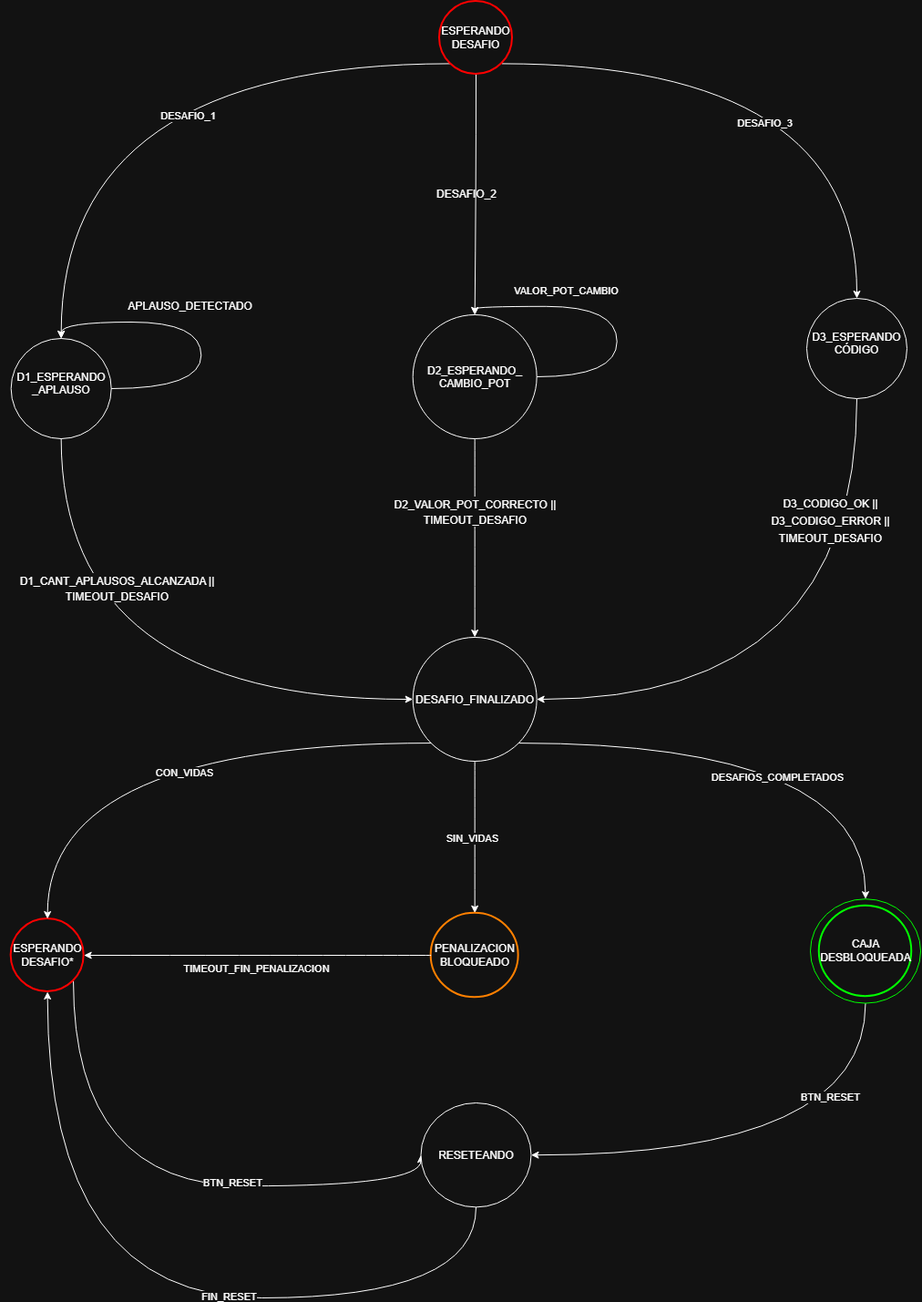
This is Informes/FSM.png from UNLAM-SOA/2026-SOA-Q2-L2, a draw.io export, as it was before one commit. Source tidied: cells renumbered, new cells last; positions are measured from the earlier drawing's top-left corner, leaving out a move shared by most shapes.
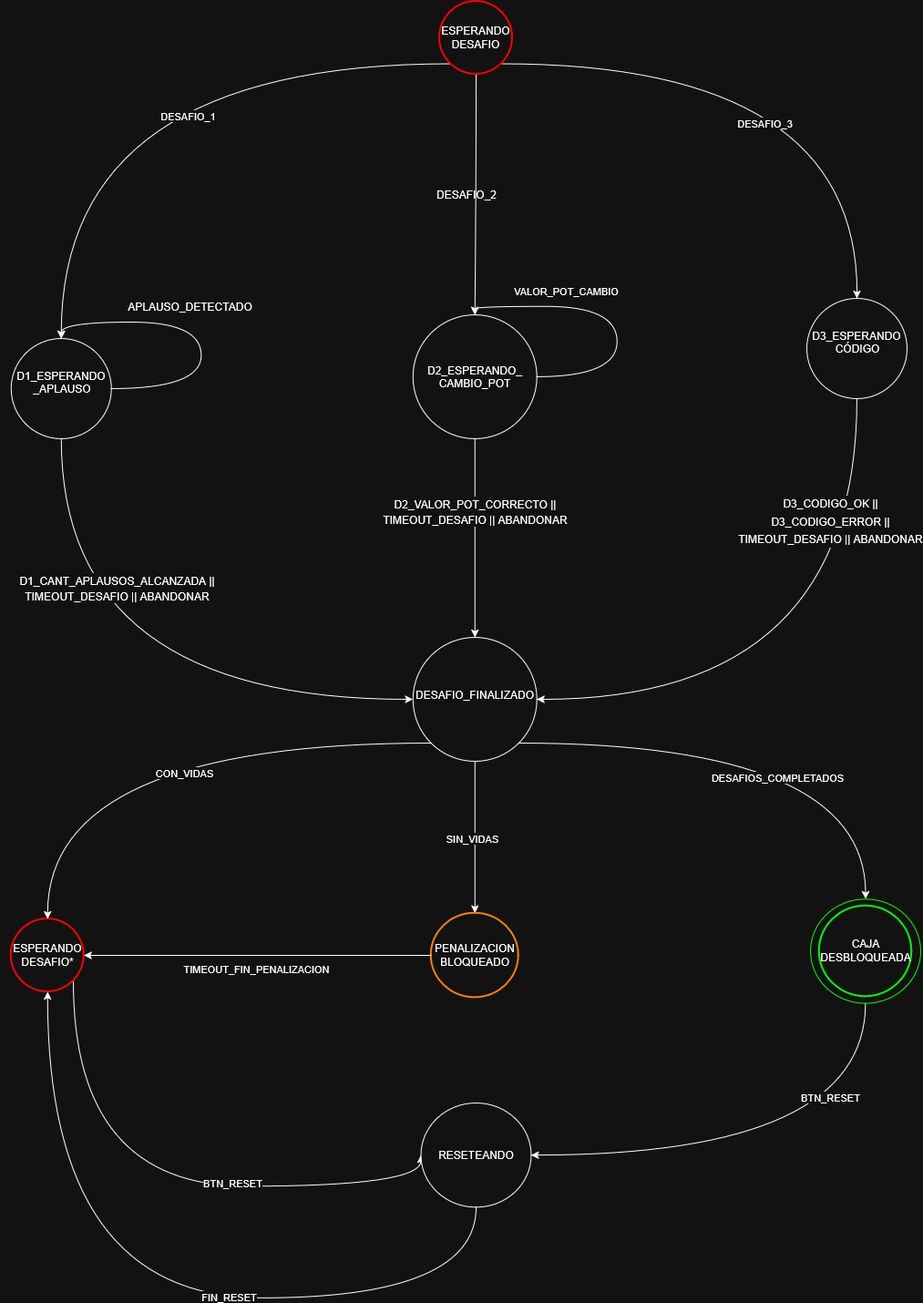
Above is the later version.

Change to the diagram source:
```diff
@@ -32,7 +32,7 @@
     <mxCell id="10" style="edgeStyle=orthogonalEdgeStyle;rounded=0;jettySize=auto;html=1;exitX=0.5;exitY=1;exitDx=0;exitDy=0;entryX=0.5;entryY=0;entryDx=0;entryDy=0;curved=1;" parent="1" edge="1" source="12" target="23">
       <mxGeometry relative="1" as="geometry" />
     </mxCell>
-    <mxCell id="11" value="&lt;div style=&quot;line-height: 160%;&quot;&gt;D2_VALOR_POT_CORRECTO ||&lt;/div&gt;&lt;div&gt;TIMEOUT_DESAFIO&lt;/div&gt;" style="edgeLabel;html=1;align=center;verticalAlign=middle;fontSize=12;" parent="10" vertex="1">
+    <mxCell id="11" value="&lt;div style=&quot;line-height: 160%;&quot;&gt;D2_VALOR_POT_CORRECTO ||&lt;/div&gt;&lt;div&gt;TIMEOUT_DESAFIO || ABANDONAR&lt;/div&gt;" style="edgeLabel;html=1;align=center;verticalAlign=middle;fontSize=12;" parent="10" vertex="1">
       <mxGeometry x="-0.15" y="2" relative="1" as="geometry">
         <mxPoint x="-2" y="-14" as="offset" />
       </mxGeometry>
@@ -58,7 +58,7 @@
     <mxCell id="15" style="edgeStyle=orthogonalEdgeStyle;curved=1;rounded=0;jettySize=auto;html=1;exitX=0.5;exitY=1;exitDx=0;exitDy=0;entryX=1;entryY=0.5;entryDx=0;entryDy=0;" parent="1" edge="1" source="17" target="23">
       <mxGeometry relative="1" as="geometry" />
     </mxCell>
-    <mxCell id="16" value="&lt;div style=&quot;line-height: 160%;&quot;&gt;&lt;div&gt;D3_CODIGO_OK ||&lt;/div&gt;&lt;div&gt;D3_CODIGO_ERROR ||&lt;br&gt;&lt;/div&gt;&lt;div&gt;TIMEOUT_DESAFIO&lt;/div&gt;&lt;/div&gt;" style="edgeLabel;html=1;align=center;verticalAlign=middle;fontSize=12;" parent="15" vertex="1">
+    <mxCell id="16" value="&lt;div style=&quot;line-height: 160%;&quot;&gt;&lt;div&gt;D3_CODIGO_OK ||&lt;/div&gt;&lt;div&gt;D3_CODIGO_ERROR ||&lt;br&gt;&lt;/div&gt;&lt;div&gt;TIMEOUT_DESAFIO || ABANDONAR&lt;/div&gt;&lt;/div&gt;" style="edgeLabel;html=1;align=center;verticalAlign=middle;fontSize=12;" parent="15" vertex="1">
       <mxGeometry x="-0.32" y="-85" relative="1" as="geometry">
         <mxPoint x="55" y="-98" as="offset" />
       </mxGeometry>
@@ -84,7 +84,7 @@
     <mxCell id="21" style="edgeStyle=orthogonalEdgeStyle;curved=1;rounded=0;jettySize=auto;html=1;exitX=0.5;exitY=1;exitDx=0;exitDy=0;entryX=0;entryY=0.5;entryDx=0;entryDy=0;" parent="1" edge="1" source="2" target="23">
       <mxGeometry relative="1" as="geometry" />
     </mxCell>
-    <mxCell id="22" value="&lt;div style=&quot;line-height: 160%;&quot;&gt;D1_CANT_APLAUSOS_ALCANZADA ||&lt;/div&gt;&lt;div&gt;&lt;span style=&quot;background-color: light-dark(#ffffff, var(--ge-dark-color, #121212)); color: light-dark(#000000, var(--ge-light-color, #ffffff));&quot;&gt;TIMEOUT_DESAFIO&lt;/span&gt;&lt;/div&gt;" style="edgeLabel;html=1;align=center;verticalAlign=middle;fontSize=12;" parent="21" vertex="1">
+    <mxCell id="22" value="&lt;div style=&quot;line-height: 160%;&quot;&gt;D1_CANT_APLAUSOS_ALCANZADA ||&lt;/div&gt;&lt;div&gt;&lt;span style=&quot;background-color: light-dark(#ffffff, var(--ge-dark-color, #121212)); color: light-dark(#000000, var(--ge-light-color, #ffffff));&quot;&gt;TIMEOUT_DESAFIO || ABANDONAR&lt;/span&gt;&lt;/div&gt;" style="edgeLabel;html=1;align=center;verticalAlign=middle;fontSize=12;" parent="21" vertex="1">
       <mxGeometry x="0.43" y="10" relative="1" as="geometry">
         <mxPoint x="-133" y="-113" as="offset" />
       </mxGeometry>
```
